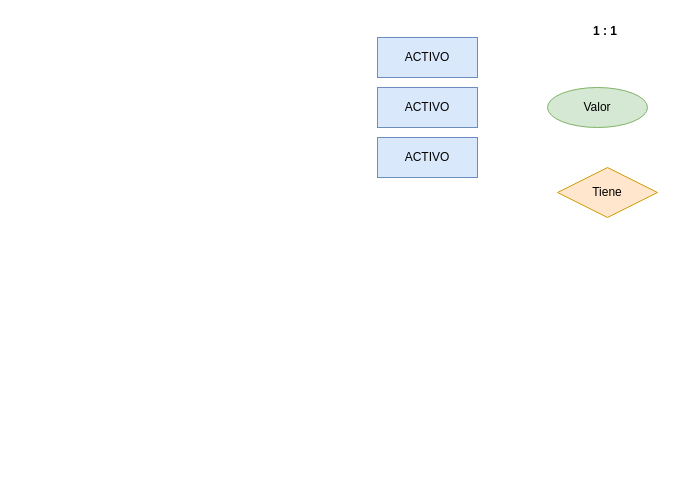
The draw.io diagram DiagramaERD_Inventario.drawio in AngelDavidStudios/Diagramas_BdD_1, before the edit. Source tidied: cells renumbered, new cells numbered last; positions are measured from the earlier drawing's top-left corner, leaving out a move shared by most shapes. Both pictures are drawn from the tidied source at 100%, with x=0, y=0 at pixel (377, 17).
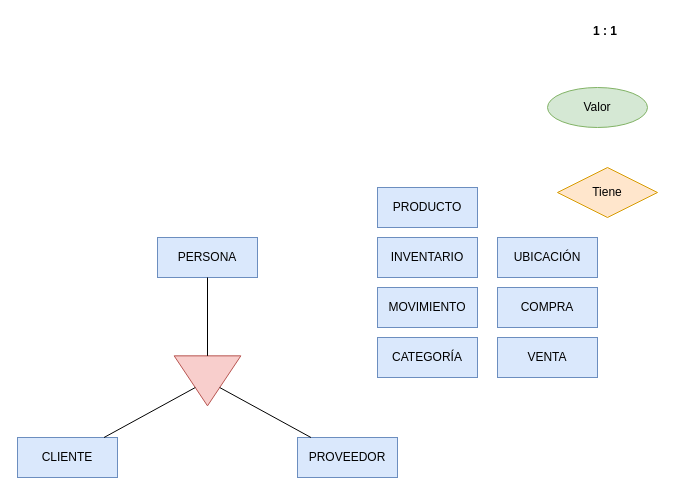
Above is the later version.

What changed in the source:
```diff
@@
 <mxGraphModel>
   <root>
     <mxCell id="0" />
     <mxCell id="1" parent="0" />
-    <mxCell id="2" value="ACTIVO" style="whiteSpace=wrap;html=1;align=center;fillColor=#dae8fc;strokeColor=#6c8ebf;" parent="1" vertex="1">
-      <mxGeometry y="20" width="100" height="40" as="geometry" />
+    <mxCell id="2" value="PERSONA" style="whiteSpace=wrap;html=1;align=center;fillColor=#dae8fc;strokeColor=#6c8ebf;" parent="1" vertex="1">
+      <mxGeometry x="-220" y="220" width="100" height="40" as="geometry" />
     </mxCell>
     <mxCell id="3" value="Tiene" style="shape=rhombus;perimeter=rhombusPerimeter;whiteSpace=wrap;html=1;align=center;fillColor=#ffe6cc;strokeColor=#d79b00;" parent="1" vertex="1">
       <mxGeometry x="180" y="150" width="100" height="50" as="geometry" />
     </mxCell>
     <mxCell id="4" value="&lt;b&gt;1 : 1&lt;/b&gt;" style="text;strokeColor=none;fillColor=none;spacingLeft=4;spacingRight=4;overflow=hidden;fontSize=12;whiteSpace=wrap;html=1;" parent="1" vertex="1">
       <mxGeometry x="210" width="40" height="30" as="geometry" />
     </mxCell>
     <mxCell id="5" value="Valor" style="ellipse;whiteSpace=wrap;html=1;align=center;fillColor=#d5e8d4;strokeColor=#82b366;" parent="1" vertex="1">
       <mxGeometry x="170" y="70" width="100" height="40" as="geometry" />
     </mxCell>
-    <mxCell id="6" value="ACTIVO" style="whiteSpace=wrap;html=1;align=center;fillColor=#dae8fc;strokeColor=#6c8ebf;" parent="1" vertex="1">
-      <mxGeometry y="70" width="100" height="40" as="geometry" />
+    <mxCell id="6" value="CLIENTE" style="whiteSpace=wrap;html=1;align=center;fillColor=#dae8fc;strokeColor=#6c8ebf;" parent="1" vertex="1">
+      <mxGeometry x="-360" y="420" width="100" height="40" as="geometry" />
     </mxCell>
-    <mxCell id="7" value="ACTIVO" style="whiteSpace=wrap;html=1;align=center;fillColor=#dae8fc;strokeColor=#6c8ebf;" parent="1" vertex="1">
-      <mxGeometry y="120" width="100" height="40" as="geometry" />
+    <mxCell id="7" value="PROVEEDOR" style="whiteSpace=wrap;html=1;align=center;fillColor=#dae8fc;strokeColor=#6c8ebf;" parent="1" vertex="1">
+      <mxGeometry x="-80" y="420" width="100" height="40" as="geometry" />
     </mxCell>
+    <mxCell id="8" value="PRODUCTO" style="whiteSpace=wrap;html=1;align=center;fillColor=#dae8fc;strokeColor=#6c8ebf;" parent="1" vertex="1">
+      <mxGeometry y="170" width="100" height="40" as="geometry" />
+    </mxCell>
+    <mxCell id="9" value="INVENTARIO" style="whiteSpace=wrap;html=1;align=center;fillColor=#dae8fc;strokeColor=#6c8ebf;" parent="1" vertex="1">
+      <mxGeometry y="220" width="100" height="40" as="geometry" />
+    </mxCell>
+    <mxCell id="10" value="MOVIMIENTO" style="whiteSpace=wrap;html=1;align=center;fillColor=#dae8fc;strokeColor=#6c8ebf;" parent="1" vertex="1">
+      <mxGeometry y="270" width="100" height="40" as="geometry" />
+    </mxCell>
+    <mxCell id="11" value="CATEGORÍA" style="whiteSpace=wrap;html=1;align=center;fillColor=#dae8fc;strokeColor=#6c8ebf;" parent="1" vertex="1">
+      <mxGeometry y="320" width="100" height="40" as="geometry" />
+    </mxCell>
+    <mxCell id="12" value="UBICACIÓN" style="whiteSpace=wrap;html=1;align=center;fillColor=#dae8fc;strokeColor=#6c8ebf;" parent="1" vertex="1">
+      <mxGeometry x="120" y="220" width="100" height="40" as="geometry" />
+    </mxCell>
+    <mxCell id="13" value="COMPRA" style="whiteSpace=wrap;html=1;align=center;fillColor=#dae8fc;strokeColor=#6c8ebf;" parent="1" vertex="1">
+      <mxGeometry x="120" y="270" width="100" height="40" as="geometry" />
+    </mxCell>
+    <mxCell id="14" value="VENTA" style="whiteSpace=wrap;html=1;align=center;fillColor=#dae8fc;strokeColor=#6c8ebf;" parent="1" vertex="1">
+      <mxGeometry x="120" y="320" width="100" height="40" as="geometry" />
+    </mxCell>
+    <mxCell id="15" style="triangle;whiteSpace=wrap;html=1;rotation=90;fillColor=#f8cecc;strokeColor=#b85450;" parent="1" vertex="1">
+      <mxGeometry x="-195" y="330" width="50" height="66.7" as="geometry" />
+    </mxCell>
+    <mxCell id="16" style="endArrow=none;html=1;rounded=0;" parent="1" edge="1" source="2" target="15">
+      <mxGeometry relative="1" as="geometry" />
+    </mxCell>
+    <mxCell id="17" style="endArrow=none;html=1;rounded=0;" parent="1" edge="1" source="6" target="15">
+      <mxGeometry relative="1" as="geometry" />
+    </mxCell>
+    <mxCell id="18" style="endArrow=none;html=1;rounded=0;" parent="1" edge="1" source="15" target="7">
+      <mxGeometry relative="1" as="geometry" />
+    </mxCell>
   </root>
 </mxGraphModel>
```
